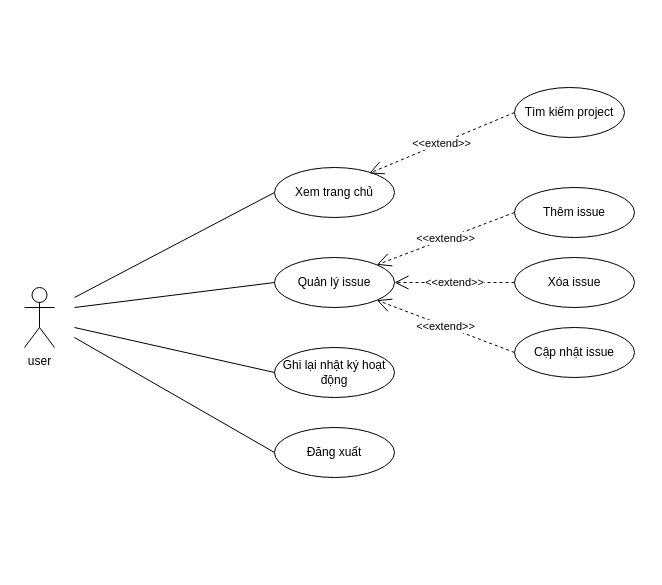
The draw.io diagram page "Page-2" (2 of 6) of Untitled Diagram.drawio in NightFury712/Demo-Project-2, before the edit. Source tidied: cells renumbered, new cells numbered last; positions are measured from the earlier drawing's top-left corner, leaving out a move shared by most shapes. Both pictures are drawn from the tidied source at 100%, with x=0, y=0 at pixel (24, 87).
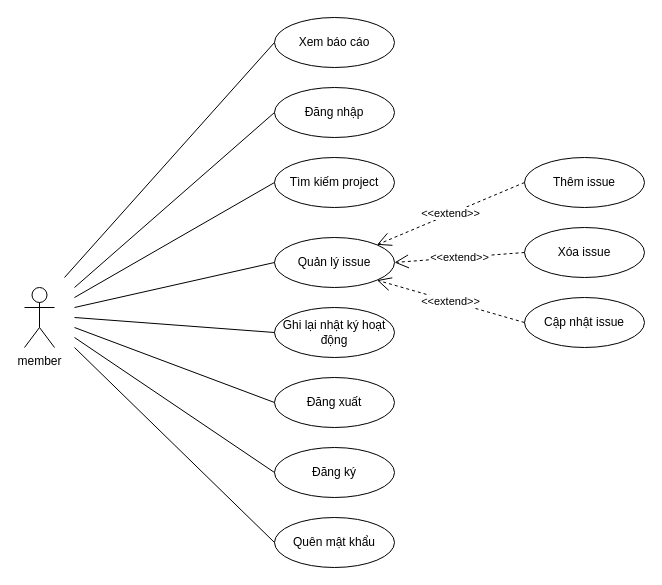
The same diagram, later.

Diff of the diagram source:
```diff
@@
-    <mxCell id="2" value="user" style="shape=umlActor;verticalLabelPosition=bottom;verticalAlign=top;html=1;" parent="1" vertex="1">
+    <mxCell id="2" value="member" style="shape=umlActor;verticalLabelPosition=bottom;verticalAlign=top;html=1;" parent="1" vertex="1">
       <mxGeometry y="200" width="30" height="60" as="geometry" />
     </mxCell>
-    <mxCell id="3" value="Xem trang chủ" style="ellipse;whiteSpace=wrap;html=1;" parent="1" vertex="1">
-      <mxGeometry x="250" y="80" width="120" height="50" as="geometry" />
-    </mxCell>
     <mxCell id="4" value="Tìm kiếm project" style="ellipse;whiteSpace=wrap;html=1;" parent="1" vertex="1">
-      <mxGeometry x="490" width="110" height="50" as="geometry" />
+      <mxGeometry x="250" y="70" width="120" height="50" as="geometry" />
     </mxCell>
-    <mxCell id="5" value="&amp;lt;&amp;lt;extend&amp;gt;&amp;gt;" style="endArrow=open;endSize=12;dashed=1;html=1;entryX=0.79;entryY=0.116;entryDx=0;entryDy=0;exitX=0;exitY=0.5;exitDx=0;exitDy=0;entryPerimeter=0;" parent="1" edge="1" source="4" target="3">
-      <mxGeometry relative="1" as="geometry" />
-    </mxCell>
-    <mxCell id="6" style="endArrow=none;html=1;entryX=0;entryY=0.5;entryDx=0;entryDy=0;" parent="1" edge="1" target="3">
+    <mxCell id="6" style="endArrow=none;html=1;entryX=0;entryY=0.5;entryDx=0;entryDy=0;" parent="1" edge="1" target="4">
       <mxGeometry relative="1" as="geometry">
         <mxPoint x="50" y="210" as="sourcePoint" />
       </mxGeometry>
     </mxCell>
     <mxCell id="7" value="Quản lý issue" style="ellipse;whiteSpace=wrap;html=1;" parent="1" vertex="1">
-      <mxGeometry x="250" y="170" width="120" height="50" as="geometry" />
+      <mxGeometry x="250" y="150" width="120" height="50" as="geometry" />
     </mxCell>
     <mxCell id="8" value="Thêm issue" style="ellipse;whiteSpace=wrap;html=1;" parent="1" vertex="1">
-      <mxGeometry x="490" y="100" width="120" height="50" as="geometry" />
+      <mxGeometry x="500" y="70" width="120" height="50" as="geometry" />
     </mxCell>
     <mxCell id="9" value="Xóa issue" style="ellipse;whiteSpace=wrap;html=1;" parent="1" vertex="1">
-      <mxGeometry x="490" y="170" width="120" height="50" as="geometry" />
+      <mxGeometry x="500" y="140" width="120" height="50" as="geometry" />
     </mxCell>
     <mxCell id="10" value="Cập nhật issue" style="ellipse;whiteSpace=wrap;html=1;" parent="1" vertex="1">
-      <mxGeometry x="490" y="240" width="120" height="50" as="geometry" />
+      <mxGeometry x="500" y="210" width="120" height="50" as="geometry" />
     </mxCell>
@@
     <mxCell id="15" value="Đăng xuất" style="ellipse;whiteSpace=wrap;html=1;" parent="1" vertex="1">
-      <mxGeometry x="250" y="340" width="120" height="50" as="geometry" />
+      <mxGeometry x="250" y="290" width="120" height="50" as="geometry" />
     </mxCell>
     <mxCell id="16" style="endArrow=none;html=1;entryX=0;entryY=0.5;entryDx=0;entryDy=0;" parent="1" edge="1" target="15">
       <mxGeometry relative="1" as="geometry">
-        <mxPoint x="50" y="250" as="sourcePoint" />
+        <mxPoint x="50" y="240" as="sourcePoint" />
       </mxGeometry>
     </mxCell>
     <mxCell id="17" value="Ghi lại nhật ký hoạt động" style="ellipse;whiteSpace=wrap;html=1;" parent="1" vertex="1">
-      <mxGeometry x="250" y="260" width="120" height="50" as="geometry" />
+      <mxGeometry x="250" y="220" width="120" height="50" as="geometry" />
     </mxCell>
     <mxCell id="18" style="endArrow=none;html=1;entryX=0;entryY=0.5;entryDx=0;entryDy=0;" parent="1" edge="1" target="17">
       <mxGeometry relative="1" as="geometry">
-        <mxPoint x="50" y="240" as="sourcePoint" />
+        <mxPoint x="50" y="230" as="sourcePoint" />
       </mxGeometry>
     </mxCell>
+    <mxCell id="19" value="Đăng nhập" style="ellipse;whiteSpace=wrap;html=1;" parent="1" vertex="1">
+      <mxGeometry x="250" width="120" height="50" as="geometry" />
+    </mxCell>
+    <mxCell id="20" style="endArrow=none;html=1;entryX=0;entryY=0.5;entryDx=0;entryDy=0;" parent="1" edge="1" target="19">
+      <mxGeometry relative="1" as="geometry">
+        <mxPoint x="50" y="200" as="sourcePoint" />
+      </mxGeometry>
+    </mxCell>
+    <mxCell id="21" value="Đăng ký" style="ellipse;whiteSpace=wrap;html=1;" parent="1" vertex="1">
+      <mxGeometry x="250" y="360" width="120" height="50" as="geometry" />
+    </mxCell>
+    <mxCell id="22" style="endArrow=none;html=1;entryX=0;entryY=0.5;entryDx=0;entryDy=0;" parent="1" edge="1" target="21">
+      <mxGeometry relative="1" as="geometry">
+        <mxPoint x="50" y="250" as="sourcePoint" />
+      </mxGeometry>
+    </mxCell>
+    <mxCell id="23" value="Quên mật khẩu" style="ellipse;whiteSpace=wrap;html=1;" parent="1" vertex="1">
+      <mxGeometry x="250" y="430" width="120" height="50" as="geometry" />
+    </mxCell>
+    <mxCell id="24" style="endArrow=none;html=1;entryX=0;entryY=0.5;entryDx=0;entryDy=0;" parent="1" edge="1" target="23">
+      <mxGeometry relative="1" as="geometry">
+        <mxPoint x="50" y="260" as="sourcePoint" />
+      </mxGeometry>
+    </mxCell>
+    <mxCell id="25" value="Xem báo cáo" style="ellipse;whiteSpace=wrap;html=1;" parent="1" vertex="1">
+      <mxGeometry x="250" y="-70" width="120" height="50" as="geometry" />
+    </mxCell>
+    <mxCell id="26" style="endArrow=none;html=1;entryX=0;entryY=0.5;entryDx=0;entryDy=0;" parent="1" edge="1" target="25">
+      <mxGeometry relative="1" as="geometry">
+        <mxPoint x="40" y="190" as="sourcePoint" />
+      </mxGeometry>
+    </mxCell>
```
